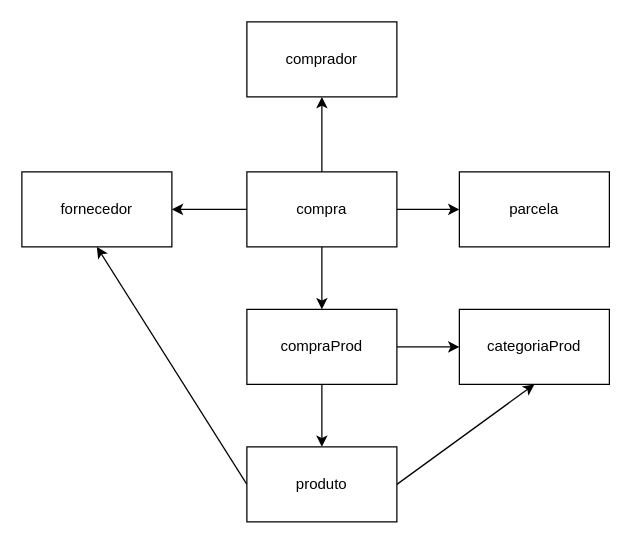
Earlier version of the draw.io diagram l2_ex4/index.drawio (JxVtrl/banco_de_dados). Source tidied: cells renumbered, new cells numbered last; positions are measured from the earlier drawing's top-left corner, leaving out a move shared by most shapes. Both pictures are drawn from the tidied source at 125%, with x=0, y=0 at pixel (21, 21).
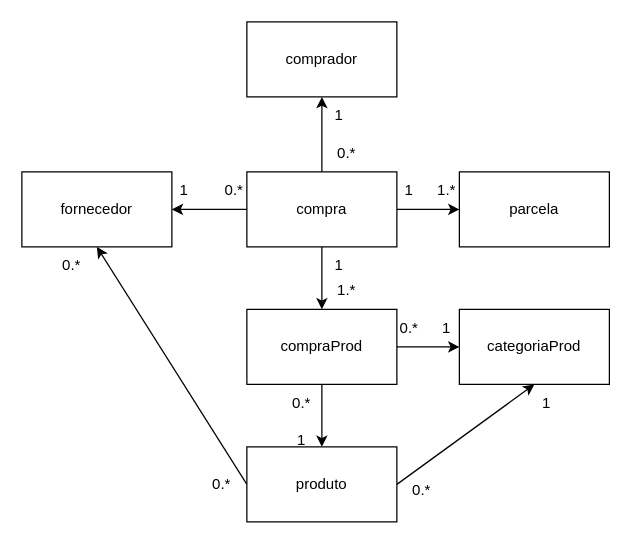
The same diagram, later.

Commit message:
update da resolução da questão 4 da lista 2

What changed in the source:
```diff
@@
+    <mxCell id="17" value="0.*" style="text;strokeColor=none;align=center;fillColor=none;html=1;verticalAlign=middle;whiteSpace=wrap;rounded=0;" parent="1" vertex="1">
+      <mxGeometry x="10" y="180" width="60" height="30" as="geometry" />
+    </mxCell>
+    <mxCell id="18" value="0.*" style="text;strokeColor=none;align=center;fillColor=none;html=1;verticalAlign=middle;whiteSpace=wrap;rounded=0;" parent="1" vertex="1">
+      <mxGeometry x="130" y="355" width="60" height="30" as="geometry" />
+    </mxCell>
+    <mxCell id="19" value="0.*" style="text;strokeColor=none;align=center;fillColor=none;html=1;verticalAlign=middle;whiteSpace=wrap;rounded=0;" parent="1" vertex="1">
+      <mxGeometry x="290" y="360" width="60" height="30" as="geometry" />
+    </mxCell>
+    <mxCell id="20" value="1" style="text;strokeColor=none;align=center;fillColor=none;html=1;verticalAlign=middle;whiteSpace=wrap;rounded=0;" parent="1" vertex="1">
+      <mxGeometry x="390" y="290" width="60" height="30" as="geometry" />
+    </mxCell>
+    <mxCell id="21" value="0.*" style="text;strokeColor=none;align=center;fillColor=none;html=1;verticalAlign=middle;whiteSpace=wrap;rounded=0;" parent="1" vertex="1">
+      <mxGeometry x="194" y="290" width="60" height="30" as="geometry" />
+    </mxCell>
+    <mxCell id="22" value="1" style="text;strokeColor=none;align=center;fillColor=none;html=1;verticalAlign=middle;whiteSpace=wrap;rounded=0;" parent="1" vertex="1">
+      <mxGeometry x="194" y="320" width="60" height="30" as="geometry" />
+    </mxCell>
+    <mxCell id="23" value="0.*" style="text;strokeColor=none;align=center;fillColor=none;html=1;verticalAlign=middle;whiteSpace=wrap;rounded=0;" parent="1" vertex="1">
+      <mxGeometry x="280" y="230" width="60" height="30" as="geometry" />
+    </mxCell>
+    <mxCell id="24" value="1" style="text;strokeColor=none;align=center;fillColor=none;html=1;verticalAlign=middle;whiteSpace=wrap;rounded=0;" parent="1" vertex="1">
+      <mxGeometry x="310" y="230" width="60" height="30" as="geometry" />
+    </mxCell>
+    <mxCell id="25" value="1.*" style="text;strokeColor=none;align=center;fillColor=none;html=1;verticalAlign=middle;whiteSpace=wrap;rounded=0;" parent="1" vertex="1">
+      <mxGeometry x="230" y="200" width="60" height="30" as="geometry" />
+    </mxCell>
+    <mxCell id="26" value="1" style="text;strokeColor=none;align=center;fillColor=none;html=1;verticalAlign=middle;whiteSpace=wrap;rounded=0;" parent="1" vertex="1">
+      <mxGeometry x="224" y="180" width="60" height="30" as="geometry" />
+    </mxCell>
+    <mxCell id="27" value="1" style="text;strokeColor=none;align=center;fillColor=none;html=1;verticalAlign=middle;whiteSpace=wrap;rounded=0;" parent="1" vertex="1">
+      <mxGeometry x="100" y="120" width="60" height="30" as="geometry" />
+    </mxCell>
+    <mxCell id="28" value="0.*" style="text;strokeColor=none;align=center;fillColor=none;html=1;verticalAlign=middle;whiteSpace=wrap;rounded=0;" parent="1" vertex="1">
+      <mxGeometry x="140" y="120" width="60" height="30" as="geometry" />
+    </mxCell>
+    <mxCell id="29" value="1" style="text;strokeColor=none;align=center;fillColor=none;html=1;verticalAlign=middle;whiteSpace=wrap;rounded=0;" parent="1" vertex="1">
+      <mxGeometry x="224" y="60" width="60" height="30" as="geometry" />
+    </mxCell>
+    <mxCell id="30" value="0.*" style="text;strokeColor=none;align=center;fillColor=none;html=1;verticalAlign=middle;whiteSpace=wrap;rounded=0;" parent="1" vertex="1">
+      <mxGeometry x="230" y="90" width="60" height="30" as="geometry" />
+    </mxCell>
+    <mxCell id="31" value="1.*" style="text;strokeColor=none;align=center;fillColor=none;html=1;verticalAlign=middle;whiteSpace=wrap;rounded=0;" parent="1" vertex="1">
+      <mxGeometry x="310" y="120" width="60" height="30" as="geometry" />
+    </mxCell>
+    <mxCell id="32" value="1" style="text;strokeColor=none;align=center;fillColor=none;html=1;verticalAlign=middle;whiteSpace=wrap;rounded=0;" parent="1" vertex="1">
+      <mxGeometry x="280" y="120" width="60" height="30" as="geometry" />
+    </mxCell>
```
